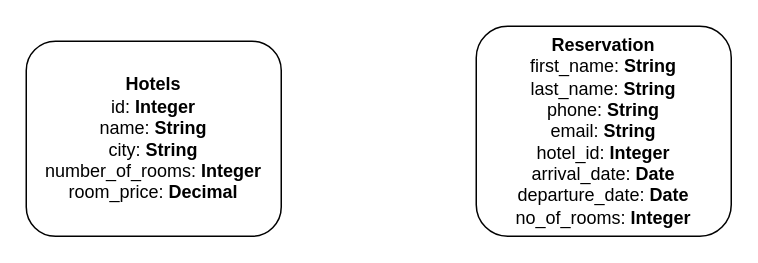
The draw.io diagram HotelBooking.drawio in DimseBoms/HotelBooking, before the edit. Source tidied: cells renumbered, new cells numbered last; positions are measured from the earlier drawing's top-left corner, leaving out a move shared by most shapes. Both pictures are drawn from the tidied source at 150%, with x=0, y=0 at pixel (26, 26).
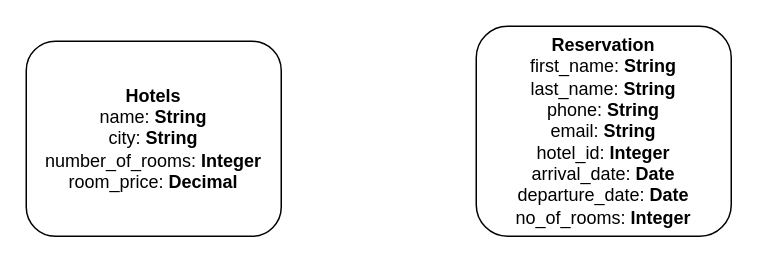
Above is the later version.

Diff of the diagram source:
```diff
@@
 <mxGraphModel>
   <root>
     <mxCell id="0" />
     <mxCell id="1" parent="0" />
-    <mxCell id="2" value="&lt;b&gt;Hotels&lt;br&gt;&lt;/b&gt;id: &lt;b&gt;Integer&lt;/b&gt;&lt;br&gt;name: &lt;b&gt;String&lt;/b&gt;&lt;br&gt;city: &lt;b&gt;String&lt;/b&gt;&lt;br&gt;number_of_rooms: &lt;b&gt;Integer&lt;/b&gt;&lt;br&gt;room_price: &lt;b&gt;Decimal&lt;/b&gt;" style="rounded=1;whiteSpace=wrap;html=1;" parent="1" vertex="1">
+    <mxCell id="2" value="&lt;b&gt;Hotels&lt;br&gt;&lt;/b&gt;name: &lt;b&gt;String&lt;/b&gt;&lt;br&gt;city: &lt;b&gt;String&lt;/b&gt;&lt;br&gt;number_of_rooms: &lt;b&gt;Integer&lt;/b&gt;&lt;br&gt;room_price: &lt;b&gt;Decimal&lt;/b&gt;" style="rounded=1;whiteSpace=wrap;html=1;" parent="1" vertex="1">
       <mxGeometry y="10" width="170" height="130" as="geometry" />
     </mxCell>
     <mxCell id="3" value="&lt;b&gt;Reservation&lt;/b&gt;&lt;br&gt;first_name: &lt;b&gt;String&lt;/b&gt;&lt;br&gt;last_name: &lt;b&gt;String&lt;/b&gt;&lt;br&gt;phone: &lt;b&gt;String&lt;/b&gt;&lt;br&gt;email: &lt;b&gt;String&lt;/b&gt;&lt;br&gt;hotel_id: &lt;b&gt;Integer&lt;/b&gt;&lt;br&gt;arrival_date: &lt;b&gt;Date&lt;/b&gt;&lt;br&gt;departure_date: &lt;b&gt;Date&lt;/b&gt;&lt;br&gt;no_of_rooms: &lt;b&gt;Integer&lt;/b&gt;" style="rounded=1;whiteSpace=wrap;html=1;" parent="1" vertex="1">
       <mxGeometry x="300" width="170" height="140" as="geometry" />
     </mxCell>
   </root>
 </mxGraphModel>
```
